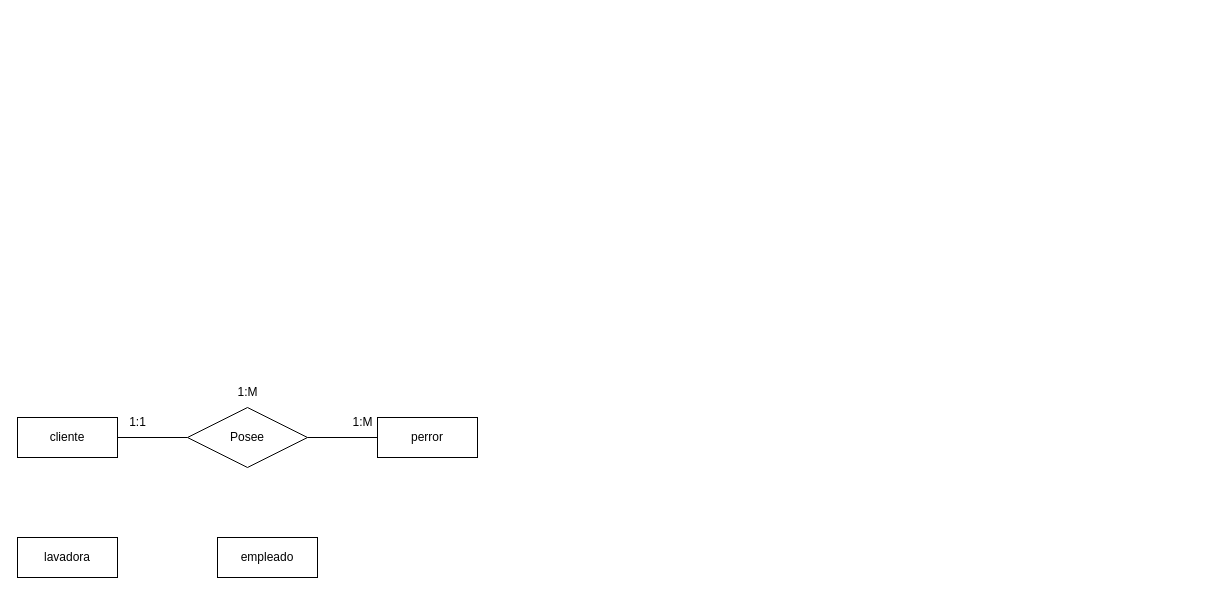
Above: Practica Base Datos.drawio in Mundrack/Base-de-datos (draw.io), before the change. Source tidied: cells renumbered, new cells numbered last; positions are measured from the earlier drawing's top-left corner, leaving out a move shared by most shapes. Both pictures are drawn from the tidied source at 100%, with x=0, y=0 at pixel (17, 377).
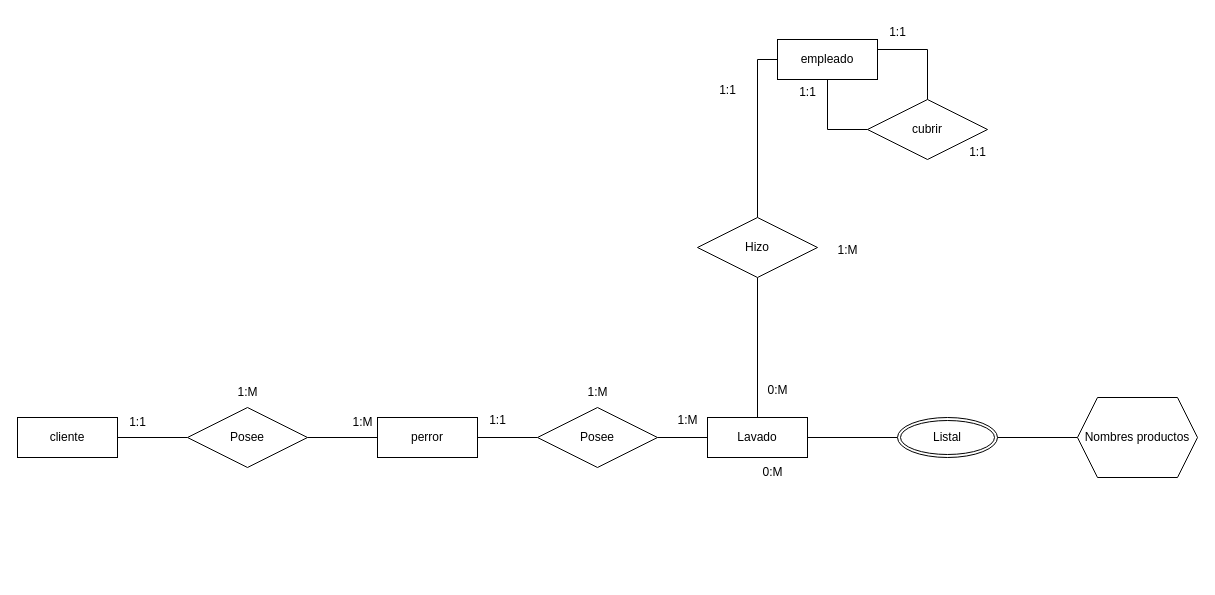
After the change.

The change refers to these unchanged cells:
```xml
<mxCell id="4" value="perror" style="whiteSpace=wrap;html=1;align=center;" parent="1" vertex="1">
  <mxGeometry x="360" y="40" width="100" height="40" as="geometry" />
</mxCell>
```

What changed in the source:
```diff
@@
+    <mxCell id="12" style="edgeStyle=orthogonalEdgeStyle;rounded=0;jettySize=auto;html=1;entryX=0;entryY=0.5;entryDx=0;entryDy=0;endArrow=none;endFill=0;" parent="1" edge="1" source="4" target="21">
+      <mxGeometry relative="1" as="geometry" />
+    </mxCell>
@@
-    <mxCell id="5" value="lavadora" style="whiteSpace=wrap;html=1;align=center;" parent="1" vertex="1">
-      <mxGeometry y="160" width="100" height="40" as="geometry" />
+    <mxCell id="5" value="Lavado" style="whiteSpace=wrap;html=1;align=center;" parent="1" vertex="1">
+      <mxGeometry x="690" y="40" width="100" height="40" as="geometry" />
     </mxCell>
+    <mxCell id="13" style="edgeStyle=orthogonalEdgeStyle;rounded=0;jettySize=auto;html=1;entryX=0;entryY=0.5;entryDx=0;entryDy=0;endArrow=none;endFill=0;" parent="1" edge="1" source="6" target="16">
+      <mxGeometry relative="1" as="geometry" />
+    </mxCell>
+    <mxCell id="14" style="edgeStyle=orthogonalEdgeStyle;rounded=0;jettySize=auto;html=1;entryX=0.5;entryY=0;entryDx=0;entryDy=0;endArrow=none;endFill=0;" parent="1" edge="1" source="6" target="26">
+      <mxGeometry relative="1" as="geometry">
+        <Array as="points">
+          <mxPoint x="740" y="-318" />
+        </Array>
+      </mxGeometry>
+    </mxCell>
     <mxCell id="6" value="empleado" style="whiteSpace=wrap;html=1;align=center;" parent="1" vertex="1">
-      <mxGeometry x="200" y="160" width="100" height="40" as="geometry" />
+      <mxGeometry x="760" y="-338" width="100" height="40" as="geometry" />
     </mxCell>
@@
+    <mxCell id="15" style="edgeStyle=orthogonalEdgeStyle;rounded=0;jettySize=auto;html=1;entryX=1;entryY=0.25;entryDx=0;entryDy=0;endArrow=none;endFill=0;" parent="1" edge="1" source="16" target="6">
+      <mxGeometry relative="1" as="geometry" />
+    </mxCell>
+    <mxCell id="16" value="cubrir" style="shape=rhombus;perimeter=rhombusPerimeter;whiteSpace=wrap;html=1;align=center;" parent="1" vertex="1">
+      <mxGeometry x="850" y="-278" width="120" height="60" as="geometry" />
+    </mxCell>
+    <mxCell id="17" value="1:1" style="text;html=1;align=center;verticalAlign=middle;strokeColor=none;fillColor=none;" parent="1" vertex="1">
+      <mxGeometry x="940" y="-240" width="40" height="30" as="geometry" />
+    </mxCell>
+    <mxCell id="18" value="1:1" style="text;html=1;align=center;verticalAlign=middle;strokeColor=none;fillColor=none;" parent="1" vertex="1">
+      <mxGeometry x="860" y="-360" width="40" height="30" as="geometry" />
+    </mxCell>
+    <mxCell id="19" value="1:1" style="text;html=1;align=center;verticalAlign=middle;strokeColor=none;fillColor=none;" parent="1" vertex="1">
+      <mxGeometry x="770" y="-300" width="40" height="30" as="geometry" />
+    </mxCell>
+    <mxCell id="20" style="edgeStyle=orthogonalEdgeStyle;rounded=0;jettySize=auto;html=1;entryX=0;entryY=0.5;entryDx=0;entryDy=0;endArrow=none;endFill=0;" parent="1" edge="1" source="21" target="5">
+      <mxGeometry relative="1" as="geometry" />
+    </mxCell>
+    <mxCell id="21" value="Posee" style="shape=rhombus;perimeter=rhombusPerimeter;whiteSpace=wrap;html=1;align=center;" parent="1" vertex="1">
+      <mxGeometry x="520" y="30" width="120" height="60" as="geometry" />
+    </mxCell>
+    <mxCell id="22" value="1:M" style="text;html=1;align=center;verticalAlign=middle;strokeColor=none;fillColor=none;" parent="1" vertex="1">
+      <mxGeometry x="560" width="40" height="30" as="geometry" />
+    </mxCell>
+    <mxCell id="23" value="1:1" style="text;html=1;align=center;verticalAlign=middle;strokeColor=none;fillColor=none;" parent="1" vertex="1">
+      <mxGeometry x="460" y="28" width="40" height="30" as="geometry" />
+    </mxCell>
+    <mxCell id="24" value="1:M" style="text;html=1;align=center;verticalAlign=middle;strokeColor=none;fillColor=none;" parent="1" vertex="1">
+      <mxGeometry x="650" y="28" width="40" height="30" as="geometry" />
+    </mxCell>
+    <mxCell id="25" style="edgeStyle=orthogonalEdgeStyle;rounded=0;jettySize=auto;html=1;entryX=0.5;entryY=0;entryDx=0;entryDy=0;endArrow=none;endFill=0;" parent="1" edge="1" source="26" target="5">
+      <mxGeometry relative="1" as="geometry" />
+    </mxCell>
+    <mxCell id="26" value="Hizo" style="shape=rhombus;perimeter=rhombusPerimeter;whiteSpace=wrap;html=1;align=center;" parent="1" vertex="1">
+      <mxGeometry x="680" y="-160" width="120" height="60" as="geometry" />
+    </mxCell>
+    <mxCell id="27" value="1:M" style="text;html=1;align=center;verticalAlign=middle;strokeColor=none;fillColor=none;" parent="1" vertex="1">
+      <mxGeometry x="810" y="-142" width="40" height="30" as="geometry" />
+    </mxCell>
+    <mxCell id="28" value="0:M" style="text;html=1;align=center;verticalAlign=middle;strokeColor=none;fillColor=none;" parent="1" vertex="1">
+      <mxGeometry x="735" y="80" width="40" height="30" as="geometry" />
+    </mxCell>
+    <mxCell id="29" value="1:1" style="text;html=1;align=center;verticalAlign=middle;strokeColor=none;fillColor=none;" parent="1" vertex="1">
+      <mxGeometry x="690" y="-302" width="40" height="30" as="geometry" />
+    </mxCell>
+    <mxCell id="30" value="0:M" style="text;html=1;align=center;verticalAlign=middle;strokeColor=none;fillColor=none;" parent="1" vertex="1">
+      <mxGeometry x="740" y="-2" width="40" height="30" as="geometry" />
+    </mxCell>
+    <mxCell id="31" style="edgeStyle=orthogonalEdgeStyle;rounded=0;jettySize=auto;html=1;entryX=1;entryY=0.5;entryDx=0;entryDy=0;endArrow=none;endFill=0;" parent="1" edge="1" source="32" target="5">
+      <mxGeometry relative="1" as="geometry" />
+    </mxCell>
+    <mxCell id="32" value="Listal" style="ellipse;shape=doubleEllipse;margin=3;whiteSpace=wrap;html=1;align=center;" parent="1" vertex="1">
+      <mxGeometry x="880" y="40" width="100" height="40" as="geometry" />
+    </mxCell>
+    <mxCell id="33" style="edgeStyle=orthogonalEdgeStyle;rounded=0;jettySize=auto;html=1;entryX=1;entryY=0.5;entryDx=0;entryDy=0;endArrow=none;endFill=0;" parent="1" edge="1" source="34" target="32">
+      <mxGeometry relative="1" as="geometry" />
+    </mxCell>
+    <mxCell id="34" value="Nombres productos" style="shape=hexagon;perimeter=hexagonPerimeter2;whiteSpace=wrap;html=1;fixedSize=1;" parent="1" vertex="1">
+      <mxGeometry x="1060" y="20" width="120" height="80" as="geometry" />
+    </mxCell>
```
